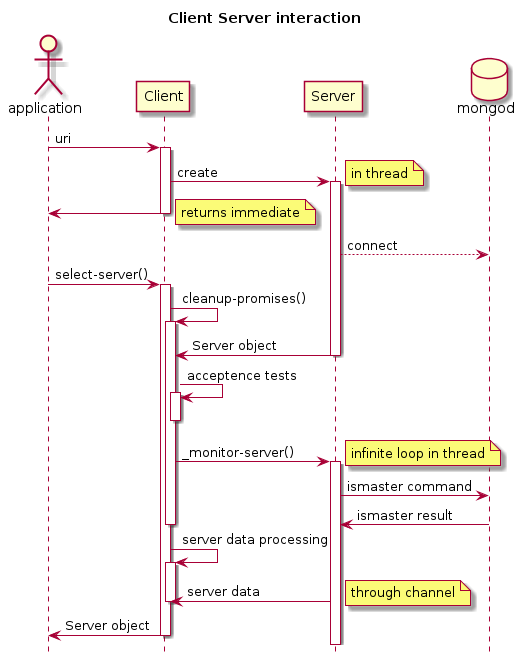
Earlier version of the PlantUML export doc/Design/client-server-int1.png (MARTIMM/raku-mongodb-driver).
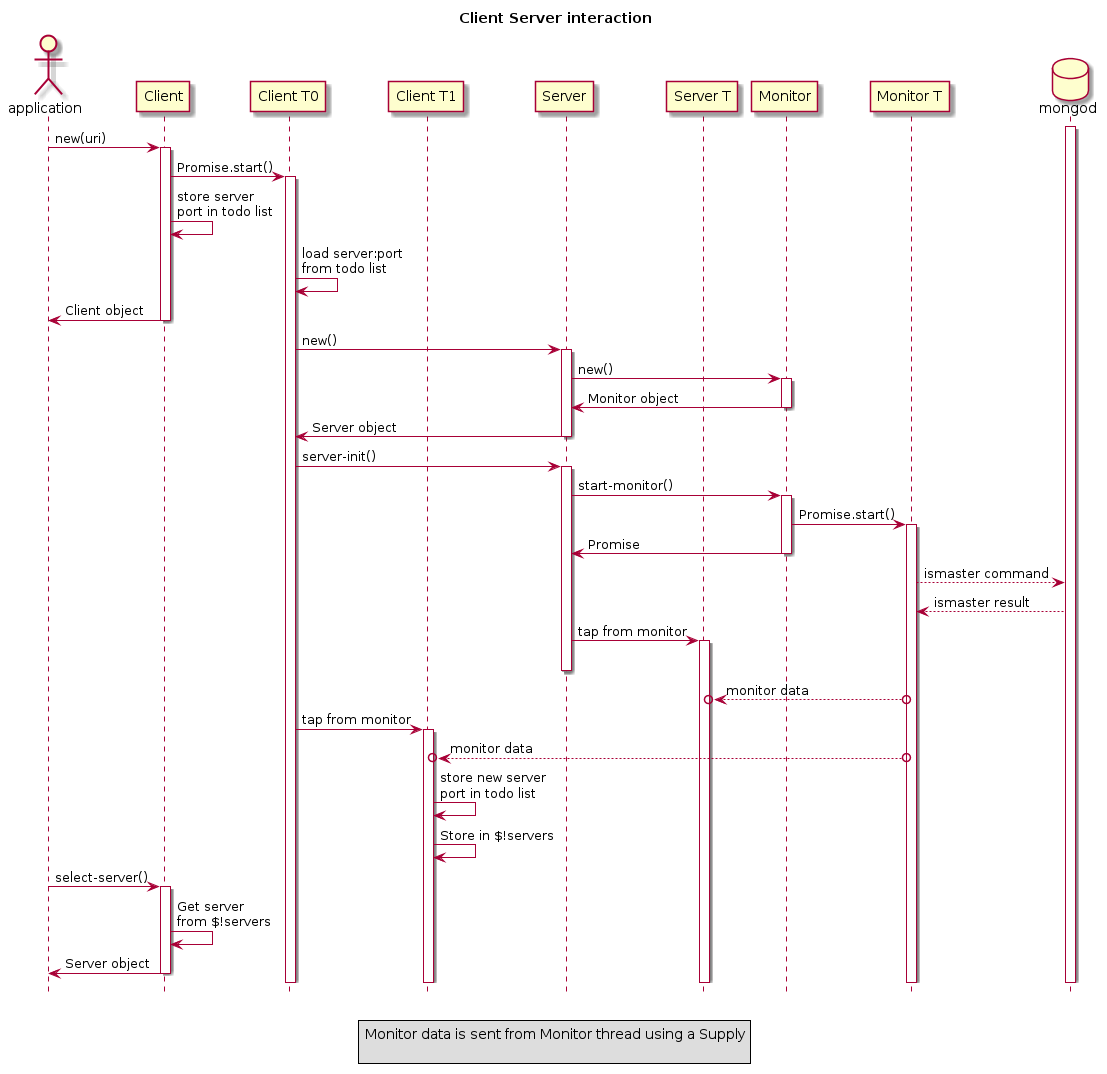
The same diagram one commit later.

Change to the diagram source:
```diff
@@ -5,51 +5,77 @@
 
 actor application as app
 participant Client
+participant "Client T0" as Clt0
+participant "Client T1" as Clt1
 participant Server
+participant "Server T" as Srvt0
+participant Monitor
+participant "Monitor T" as Mnt0
 database mongod
+activate mongod
 
-app -> Client: uri
+app -> Client: new(uri)
 activate Client
 
-Client -> Server: create
-activate Server
-note right: in thread
+Client -> Clt0: Promise.start()
+activate Clt0
 
-Client -> app:
-note right: returns immediate
+Client -> Client: store server\nport in todo list
+
+Clt0 -> Clt0: load server:port\nfrom todo list
+
+Client -> app: Client object
 deactivate Client
 
-Server --> mongod: connect
+Clt0 -> Server: new()
+activate Server
+Server -> Monitor: new()
+activate Monitor
+Monitor -> Server: Monitor object
+deactivate Monitor
+Server -> Clt0: Server object
+deactivate Server
+
+
+Clt0 -> Server: server-init()
+activate Server
+Server -> Monitor: start-monitor()
+activate Monitor
+Monitor -> Mnt0: Promise.start()
+activate Mnt0
+Monitor -> Server: Promise
+deactivate Monitor
+
+Mnt0 --> mongod: ismaster command
+mongod --> Mnt0: ismaster result
+Server -> Srvt0: tap from monitor
+activate Srvt0
+deactivate Server
+
+Mnt0 o-->o Srvt0: monitor data
+
+Clt0 -> Clt1: tap from monitor
+activate Clt1
+Mnt0 o-->o Clt1: monitor data
+
+Clt1 -> Clt1: store new server\nport in todo list
+
+Clt1 -> Clt1: Store in $!servers
+
+
+
+
+
 
 app -> Client: select-server()
 activate Client
-
-Client -> Client: cleanup-promises()
-activate Client
-
-Server -> Client: Server object
-deactivate Server
-
-Client -> Client: acceptence tests
-activate Client
-deactivate Client
-
-Client -> Server: _monitor-server()
-activate Server
-note right: infinite loop in thread
-
-Server -> mongod: ismaster command
-mongod -> Server: ismaster result
-deactivate Client
-
-Client -> Client: server data processing
-activate Client
-Server -> Client: server data
-note right: through channel
-deactivate Client
-
-
+Client -> Client: Get server\nfrom $!servers
 Client -> app: Server object
 deactivate Client
 
+legend
+Monitor data is sent from Monitor thread using a Supply
+
+end legend
+
 @enduml
```
